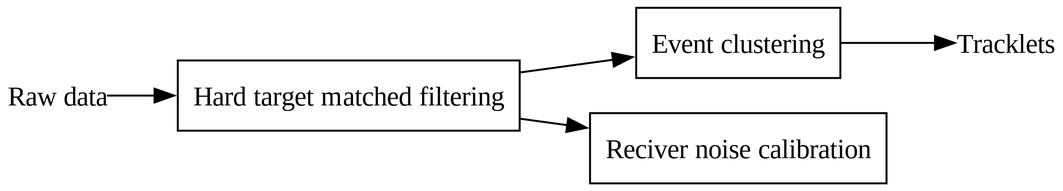
Before: static/diagrams/functional_diagram_example.png, a diagram exported from Graphviz (danielk333/phd-course-software-development). Its source is kept beside it as diagrams/functional_diagram_example.gv.
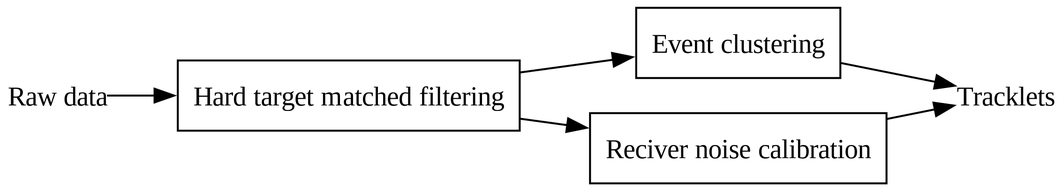
Above is the later version.

Diff of the diagram source:
```diff
@@ -16,5 +16,5 @@
         shape = plain
     ];
     data -> proc -> clust -> track;
-    proc -> noise;
+    proc -> noise -> track;
 }
```
